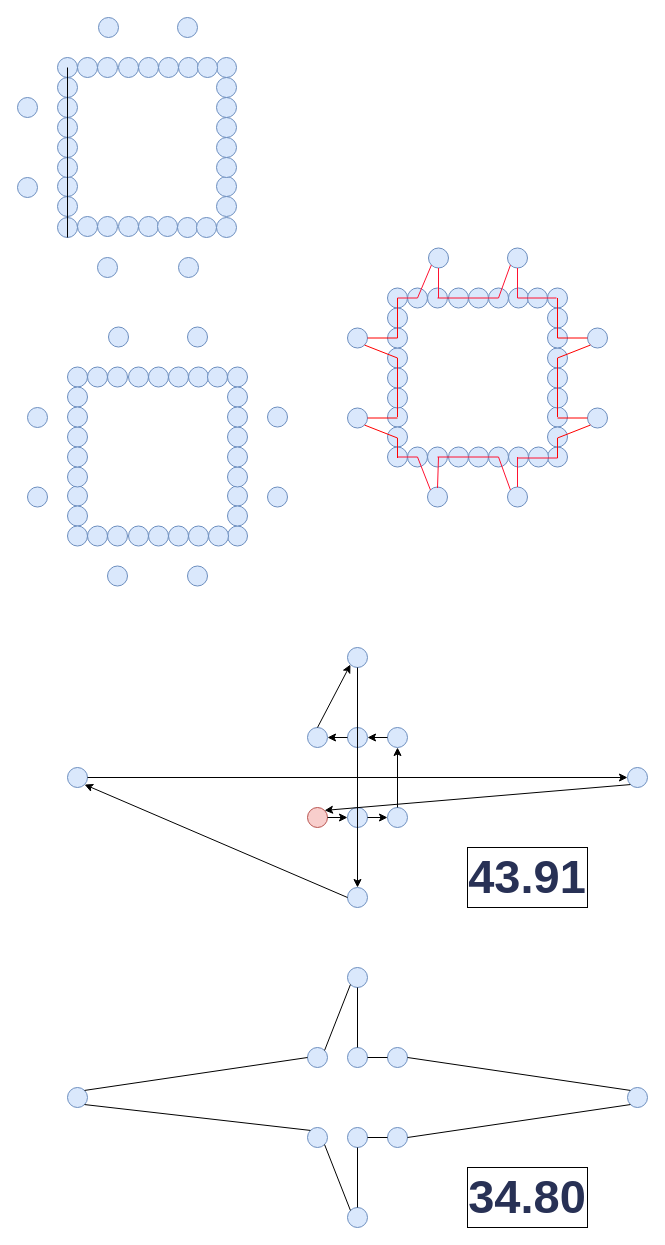
YinhuaChen-cloud/Advanced_Algorithm_hw keeps this draw.io diagram as 2-1.drawio. Above is the earlier version. Source tidied: cells renumbered, new cells numbered last; positions are measured from the earlier drawing's top-left corner, leaving out a move shared by most shapes. Both pictures are drawn from the tidied source at 100%, with x=0, y=0 at pixel (17, 17).
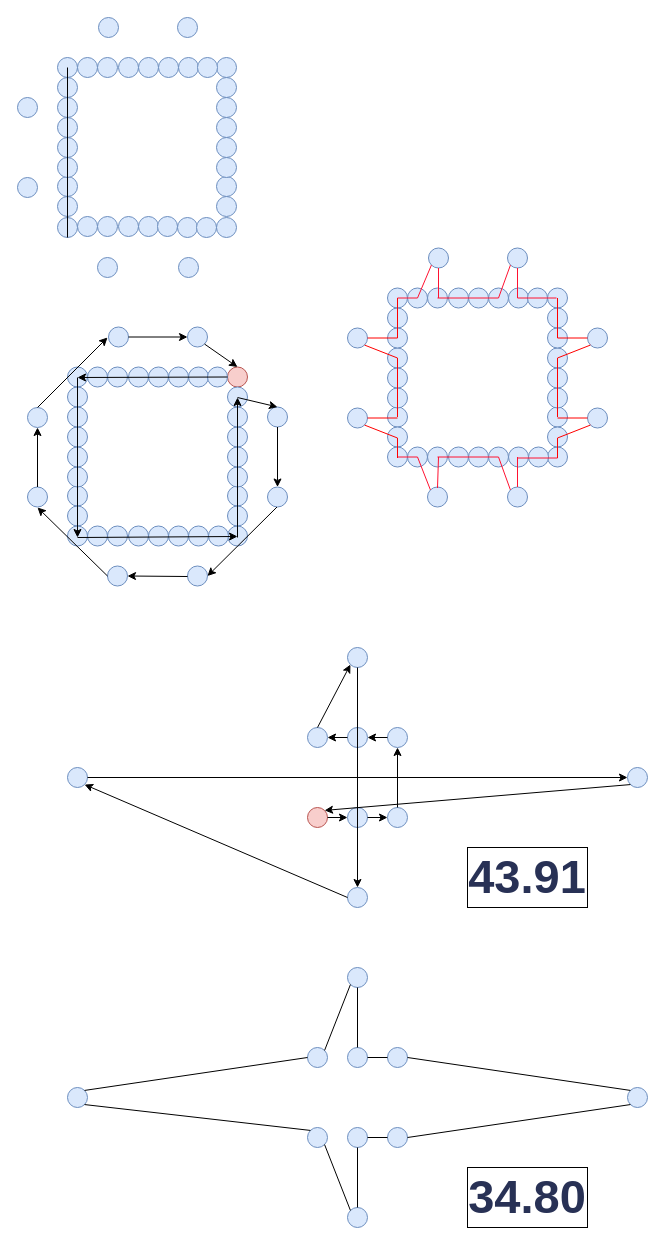
The same diagram, later.

Unchanged cells that the change refers to:
```xml
<mxCell id="157" style="ellipse;whiteSpace=wrap;html=1;fillColor=#dae8fc;strokeColor=#6c8ebf;" parent="1" vertex="1">
  <mxGeometry x="91" y="309.5" width="20" height="20" as="geometry" />
</mxCell>
<mxCell id="168" style="ellipse;whiteSpace=wrap;html=1;fillColor=#dae8fc;strokeColor=#6c8ebf;" parent="1" vertex="1">
  <mxGeometry x="170" y="309.5" width="20" height="20" as="geometry" />
</mxCell>
<mxCell id="170" style="ellipse;whiteSpace=wrap;html=1;fillColor=#dae8fc;strokeColor=#6c8ebf;" parent="1" vertex="1">
  <mxGeometry x="190" y="349.5" width="20" height="20" as="geometry" />
</mxCell>
<mxCell id="171" style="ellipse;whiteSpace=wrap;html=1;fillColor=#dae8fc;strokeColor=#6c8ebf;" parent="1" vertex="1">
  <mxGeometry x="10" y="469.5" width="20" height="20" as="geometry" />
</mxCell>
<mxCell id="175" style="ellipse;whiteSpace=wrap;html=1;fillColor=#dae8fc;strokeColor=#6c8ebf;" parent="1" vertex="1">
  <mxGeometry x="90" y="548.5" width="20" height="20" as="geometry" />
</mxCell>
<mxCell id="179" style="ellipse;whiteSpace=wrap;html=1;fillColor=#dae8fc;strokeColor=#6c8ebf;" parent="1" vertex="1">
  <mxGeometry x="170" y="548.5" width="20" height="20" as="geometry" />
</mxCell>
<mxCell id="188" style="ellipse;whiteSpace=wrap;html=1;fillColor=#dae8fc;strokeColor=#6c8ebf;" parent="1" vertex="1">
  <mxGeometry x="250" y="469.5" width="20" height="20" as="geometry" />
</mxCell>
<mxCell id="189" style="ellipse;whiteSpace=wrap;html=1;fillColor=#dae8fc;strokeColor=#6c8ebf;" parent="1" vertex="1">
  <mxGeometry x="250" y="389.5" width="20" height="20" as="geometry" />
</mxCell>
<mxCell id="190" style="ellipse;whiteSpace=wrap;html=1;fillColor=#dae8fc;strokeColor=#6c8ebf;" parent="1" vertex="1">
  <mxGeometry x="10" y="390" width="20" height="20" as="geometry" />
</mxCell>
```

The edit, as a diff of the source:
```diff
@@
-    <mxCell id="151" style="ellipse;whiteSpace=wrap;html=1;fillColor=#dae8fc;strokeColor=#6c8ebf;" parent="1" vertex="1">
+    <mxCell id="151" style="ellipse;whiteSpace=wrap;html=1;fillColor=#f8cecc;strokeColor=#b85450;" parent="1" vertex="1">
       <mxGeometry x="210" y="349.5" width="20" height="20" as="geometry" />
     </mxCell>
@@
+    <mxCell id="191" style="endArrow=classic;html=1;rounded=0;exitX=1;exitY=0.5;exitDx=0;exitDy=0;" parent="1" edge="1" source="170">
+      <mxGeometry relative="1" as="geometry">
+        <mxPoint x="60" y="360" as="targetPoint" />
+      </mxGeometry>
+    </mxCell>
+    <mxCell id="192" style="endArrow=classic;html=1;rounded=0;" parent="1" edge="1">
+      <mxGeometry relative="1" as="geometry">
+        <mxPoint x="60" y="360" as="sourcePoint" />
+        <mxPoint x="60" y="520" as="targetPoint" />
+      </mxGeometry>
+    </mxCell>
+    <mxCell id="193" style="endArrow=classic;html=1;rounded=0;" parent="1" edge="1">
+      <mxGeometry relative="1" as="geometry">
+        <mxPoint x="60" y="520" as="sourcePoint" />
+        <mxPoint x="220" y="519" as="targetPoint" />
+      </mxGeometry>
+    </mxCell>
+    <mxCell id="194" style="endArrow=classic;html=1;rounded=0;" parent="1" edge="1">
+      <mxGeometry relative="1" as="geometry">
+        <mxPoint x="220" y="520" as="sourcePoint" />
+        <mxPoint x="220" y="380" as="targetPoint" />
+      </mxGeometry>
+    </mxCell>
+    <mxCell id="195" style="endArrow=classic;html=1;rounded=0;entryX=0.5;entryY=0;entryDx=0;entryDy=0;" parent="1" edge="1" target="189">
+      <mxGeometry relative="1" as="geometry">
+        <mxPoint x="220" y="380" as="sourcePoint" />
+      </mxGeometry>
+    </mxCell>
+    <mxCell id="196" style="endArrow=classic;html=1;rounded=0;exitX=0.5;exitY=1;exitDx=0;exitDy=0;entryX=0.5;entryY=0;entryDx=0;entryDy=0;" parent="1" edge="1" source="189" target="188">
+      <mxGeometry relative="1" as="geometry" />
+    </mxCell>
+    <mxCell id="197" style="endArrow=classic;html=1;rounded=0;exitX=0.5;exitY=1;exitDx=0;exitDy=0;entryX=1;entryY=0.5;entryDx=0;entryDy=0;" parent="1" edge="1" target="179">
+      <mxGeometry relative="1" as="geometry">
+        <mxPoint x="259.5" y="489.5" as="sourcePoint" />
+      </mxGeometry>
+    </mxCell>
+    <mxCell id="198" style="endArrow=classic;html=1;rounded=0;entryX=1;entryY=0.5;entryDx=0;entryDy=0;" parent="1" edge="1" target="175">
+      <mxGeometry relative="1" as="geometry">
+        <mxPoint x="170" y="559" as="sourcePoint" />
+      </mxGeometry>
+    </mxCell>
+    <mxCell id="199" style="endArrow=classic;html=1;rounded=0;exitX=0;exitY=0.5;exitDx=0;exitDy=0;" parent="1" edge="1" source="175">
+      <mxGeometry relative="1" as="geometry">
+        <mxPoint x="20" y="490" as="targetPoint" />
+      </mxGeometry>
+    </mxCell>
+    <mxCell id="200" style="endArrow=classic;html=1;rounded=0;exitX=0.5;exitY=0;exitDx=0;exitDy=0;entryX=0.5;entryY=1;entryDx=0;entryDy=0;" parent="1" edge="1" source="171" target="190">
+      <mxGeometry relative="1" as="geometry" />
+    </mxCell>
+    <mxCell id="201" style="endArrow=classic;html=1;rounded=0;exitX=0.5;exitY=0;exitDx=0;exitDy=0;entryX=0.5;entryY=1;entryDx=0;entryDy=0;" parent="1" edge="1" source="190">
+      <mxGeometry relative="1" as="geometry">
+        <mxPoint x="90" y="320" as="targetPoint" />
+      </mxGeometry>
+    </mxCell>
+    <mxCell id="202" style="endArrow=classic;html=1;rounded=0;exitX=1;exitY=0.5;exitDx=0;exitDy=0;entryX=0;entryY=0.5;entryDx=0;entryDy=0;" parent="1" edge="1" source="157" target="168">
+      <mxGeometry relative="1" as="geometry" />
+    </mxCell>
+    <mxCell id="203" style="endArrow=classic;html=1;rounded=0;exitX=1;exitY=1;exitDx=0;exitDy=0;entryX=0.5;entryY=0;entryDx=0;entryDy=0;" parent="1" edge="1" source="168" target="151">
+      <mxGeometry relative="1" as="geometry" />
+    </mxCell>
```
